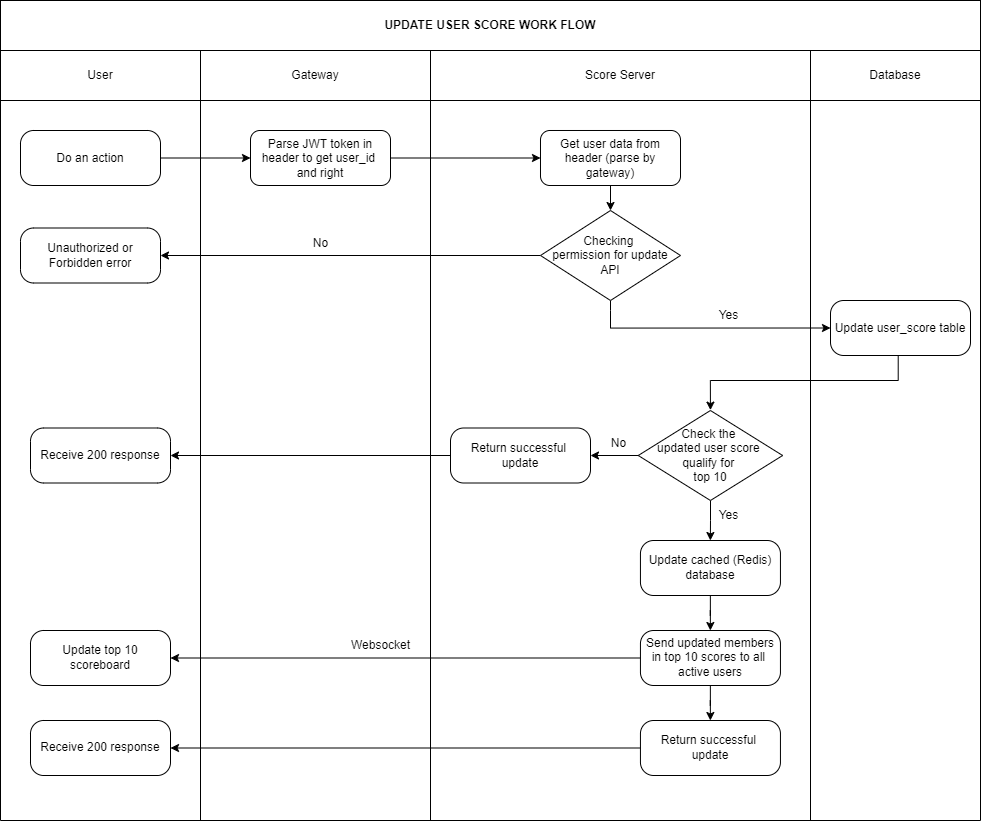
Before: Problem_6/images/workflow.png, a diagram exported from draw.io (hungle2002/Interview_project). Source tidied: cells renumbered, new cells last; positions are measured from the earlier drawing's top-left corner, leaving out a move shared by most shapes.
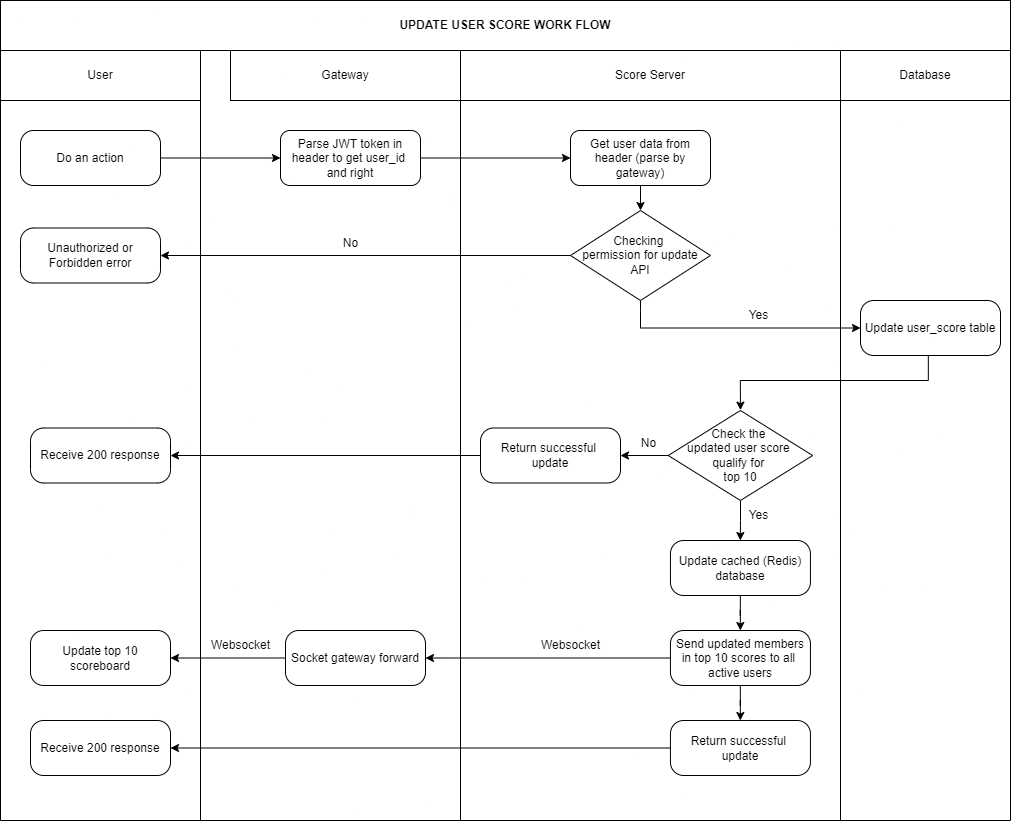
Later version of the same file.

Commit message:
[Inteview] [Harry] Add websocket gateway to diagram

Change to the diagram source:
```diff
@@ -3,7 +3,7 @@
     <mxCell id="0" />
     <mxCell id="1" parent="0" />
     <mxCell id="2" value="User" style="rounded=0;whiteSpace=wrap;html=1;" parent="1" vertex="1">
-      <mxGeometry y="50" width="200" height="50" as="geometry" />
+      <mxGeometry x="-30" y="50" width="200" height="50" as="geometry" />
     </mxCell>
     <mxCell id="3" value="Gateway" style="rounded=0;whiteSpace=wrap;html=1;" parent="1" vertex="1">
       <mxGeometry x="200" y="50" width="230" height="50" as="geometry" />
@@ -18,7 +18,7 @@
       <mxGeometry relative="1" as="geometry" />
     </mxCell>
     <mxCell id="7" value="Do an action" style="rounded=1;whiteSpace=wrap;html=1;arcSize=24;" parent="1" vertex="1">
-      <mxGeometry x="20" y="130" width="140" height="55" as="geometry" />
+      <mxGeometry x="-10" y="130" width="140" height="55" as="geometry" />
     </mxCell>
     <mxCell id="8" style="edgeStyle=orthogonalEdgeStyle;rounded=0;jettySize=auto;html=1;" parent="1" edge="1" source="9" target="14">
       <mxGeometry relative="1" as="geometry" />
@@ -28,8 +28,8 @@
     </mxCell>
     <mxCell id="10" style="endArrow=none;html=1;rounded=0;" parent="1" edge="1">
       <mxGeometry relative="1" as="geometry">
-        <mxPoint x="200" y="100" as="sourcePoint" />
-        <mxPoint x="200" y="820" as="targetPoint" />
+        <mxPoint x="170" y="100" as="sourcePoint" />
+        <mxPoint x="170" y="820" as="targetPoint" />
       </mxGeometry>
     </mxCell>
     <mxCell id="11" style="endArrow=none;html=1;rounded=0;" parent="1" edge="1">
@@ -65,7 +65,7 @@
       <mxGeometry x="540" y="210" width="140" height="90" as="geometry" />
     </mxCell>
     <mxCell id="18" value="Unauthorized or Forbidden error" style="rounded=1;whiteSpace=wrap;html=1;arcSize=24;" parent="1" vertex="1">
-      <mxGeometry x="20" y="227.5" width="140" height="55" as="geometry" />
+      <mxGeometry x="-10" y="227.5" width="140" height="55" as="geometry" />
     </mxCell>
     <mxCell id="19" value="No" style="text;html=1;align=center;verticalAlign=middle;strokeColor=none;fillColor=none;" parent="1" vertex="1">
       <mxGeometry x="300" y="227.5" width="40" height="30" as="geometry" />
@@ -91,11 +91,11 @@
     </mxCell>
     <mxCell id="24" style="endArrow=none;html=1;rounded=0;exitX=0;exitY=1;exitDx=0;exitDy=0;" parent="1" edge="1" source="2">
       <mxGeometry relative="1" as="geometry">
-        <mxPoint y="820" as="targetPoint" />
+        <mxPoint x="-30" y="820" as="targetPoint" />
       </mxGeometry>
     </mxCell>
     <mxCell id="25" value="&lt;b&gt;UPDATE USER SCORE WORK FLOW&lt;/b&gt;" style="rounded=0;whiteSpace=wrap;html=1;" parent="1" vertex="1">
-      <mxGeometry width="980" height="50" as="geometry" />
+      <mxGeometry x="-30" width="1010" height="50" as="geometry" />
     </mxCell>
     <mxCell id="26" style="edgeStyle=orthogonalEdgeStyle;rounded=0;jettySize=auto;html=1;" parent="1" edge="1" source="28" target="30">
       <mxGeometry relative="1" as="geometry" />
@@ -116,7 +116,7 @@
       <mxGeometry x="597.8" y="427.5" width="40" height="30" as="geometry" />
     </mxCell>
     <mxCell id="32" value="Receive 200 response" style="rounded=1;whiteSpace=wrap;html=1;arcSize=24;" parent="1" vertex="1">
-      <mxGeometry x="30" y="427.5" width="140" height="55" as="geometry" />
+      <mxGeometry y="427.5" width="140" height="55" as="geometry" />
     </mxCell>
     <mxCell id="33" style="edgeStyle=orthogonalEdgeStyle;rounded=0;jettySize=auto;html=1;" parent="1" edge="1" source="34" target="38">
       <mxGeometry relative="1" as="geometry" />
@@ -127,7 +127,7 @@
     <mxCell id="35" value="Yes" style="text;html=1;align=center;verticalAlign=middle;strokeColor=none;fillColor=none;" parent="1" vertex="1">
       <mxGeometry x="707.8" y="500" width="40" height="30" as="geometry" />
     </mxCell>
-    <mxCell id="36" style="edgeStyle=orthogonalEdgeStyle;rounded=0;jettySize=auto;html=1;entryX=1;entryY=0.5;entryDx=0;entryDy=0;" parent="1" edge="1" source="38" target="39">
+    <mxCell id="36" style="edgeStyle=orthogonalEdgeStyle;rounded=0;jettySize=auto;html=1;entryX=1;entryY=0.5;entryDx=0;entryDy=0;exitX=0;exitY=0.5;exitDx=0;exitDy=0;" parent="1" edge="1" source="45" target="39">
       <mxGeometry relative="1" as="geometry" />
     </mxCell>
     <mxCell id="37" style="edgeStyle=orthogonalEdgeStyle;rounded=0;jettySize=auto;html=1;" parent="1" edge="1" source="38" target="42">
@@ -137,10 +137,10 @@
       <mxGeometry x="639.9" y="630" width="140" height="55" as="geometry" />
     </mxCell>
     <mxCell id="39" value="Update top 10 scoreboard" style="rounded=1;whiteSpace=wrap;html=1;arcSize=24;" parent="1" vertex="1">
-      <mxGeometry x="30" y="630" width="140" height="55" as="geometry" />
+      <mxGeometry y="630" width="140" height="55" as="geometry" />
     </mxCell>
     <mxCell id="40" value="Websocket" style="text;html=1;align=center;verticalAlign=middle;strokeColor=none;fillColor=none;" parent="1" vertex="1">
-      <mxGeometry x="340" y="630" width="80" height="30" as="geometry" />
+      <mxGeometry x="500" y="630" width="80" height="30" as="geometry" />
     </mxCell>
     <mxCell id="41" style="edgeStyle=orthogonalEdgeStyle;rounded=0;jettySize=auto;html=1;" parent="1" edge="1" source="42" target="43">
       <mxGeometry relative="1" as="geometry" />
@@ -149,13 +149,22 @@
       <mxGeometry x="639.9" y="720" width="140" height="55" as="geometry" />
     </mxCell>
     <mxCell id="43" value="Receive 200 response" style="rounded=1;whiteSpace=wrap;html=1;arcSize=24;" parent="1" vertex="1">
-      <mxGeometry x="30" y="720" width="140" height="55" as="geometry" />
+      <mxGeometry y="720" width="140" height="55" as="geometry" />
     </mxCell>
     <mxCell id="44" style="endArrow=none;html=1;rounded=0;" parent="1" edge="1">
       <mxGeometry relative="1" as="geometry">
-        <mxPoint y="820" as="sourcePoint" />
+        <mxPoint x="-30" y="820" as="sourcePoint" />
         <mxPoint x="980" y="820" as="targetPoint" />
       </mxGeometry>
     </mxCell>
+    <mxCell id="45" value="Socket gateway forward" style="rounded=1;whiteSpace=wrap;html=1;arcSize=24;" parent="1" vertex="1">
+      <mxGeometry x="255" y="630" width="140" height="55" as="geometry" />
+    </mxCell>
+    <mxCell id="46" style="edgeStyle=orthogonalEdgeStyle;rounded=0;jettySize=auto;html=1;entryX=1;entryY=0.5;entryDx=0;entryDy=0;exitX=0;exitY=0.5;exitDx=0;exitDy=0;" parent="1" edge="1" source="38" target="45">
+      <mxGeometry relative="1" as="geometry" />
+    </mxCell>
+    <mxCell id="47" value="Websocket" style="text;html=1;align=center;verticalAlign=middle;strokeColor=none;fillColor=none;" parent="1" vertex="1">
+      <mxGeometry x="170" y="630" width="80" height="30" as="geometry" />
+    </mxCell>
   </root>
 </mxGraphModel>
```
